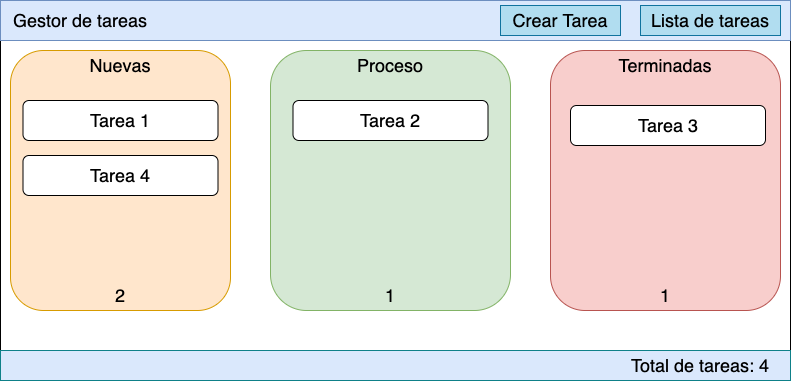
The draw.io diagram src/assets/basic-design.png in ErnestoLeon87/angular-study, before a commit. Source tidied: cells renumbered, new cells last; positions are measured from the earlier drawing's top-left corner, leaving out a move shared by most shapes. Its diagram source:
```xml
<mxGraphModel>
  <root>
    <mxCell id="0" />
    <mxCell id="1" parent="0" />
    <mxCell id="2" style="rounded=0;whiteSpace=wrap;html=1;fontSize=18;" parent="1" vertex="1">
      <mxGeometry width="790" height="380" as="geometry" />
    </mxCell>
    <mxCell id="3" style="rounded=0;whiteSpace=wrap;html=1;fillColor=#dae8fc;strokeColor=#6c8ebf;" parent="1" vertex="1">
      <mxGeometry width="790" height="40" as="geometry" />
    </mxCell>
    <mxCell id="4" value="&lt;font style=&quot;font-size: 18px&quot;&gt;Gestor de tareas&lt;/font&gt;" style="text;html=1;strokeColor=none;fillColor=none;align=center;verticalAlign=middle;whiteSpace=wrap;rounded=0;" parent="1" vertex="1">
      <mxGeometry x="10" y="5" width="140" height="30" as="geometry" />
    </mxCell>
    <mxCell id="5" style="rounded=1;whiteSpace=wrap;html=1;fontSize=18;fillColor=#ffe6cc;strokeColor=#d79b00;" parent="1" vertex="1">
      <mxGeometry x="10" y="50" width="220" height="260" as="geometry" />
    </mxCell>
    <mxCell id="6" style="rounded=1;whiteSpace=wrap;html=1;fontSize=18;fillColor=#d5e8d4;strokeColor=#82b366;" parent="1" vertex="1">
      <mxGeometry x="270" y="50" width="240" height="260" as="geometry" />
    </mxCell>
    <mxCell id="7" style="rounded=1;whiteSpace=wrap;html=1;fontSize=18;fillColor=#f8cecc;strokeColor=#b85450;" parent="1" vertex="1">
      <mxGeometry x="550" y="50" width="230" height="260" as="geometry" />
    </mxCell>
    <mxCell id="8" value="Nuevas" style="text;html=1;strokeColor=none;fillColor=none;align=center;verticalAlign=middle;whiteSpace=wrap;rounded=0;fontSize=18;" parent="1" vertex="1">
      <mxGeometry x="90" y="50" width="60" height="30" as="geometry" />
    </mxCell>
    <mxCell id="9" value="Proceso" style="text;html=1;strokeColor=none;fillColor=none;align=center;verticalAlign=middle;whiteSpace=wrap;rounded=0;fontSize=18;" parent="1" vertex="1">
      <mxGeometry x="360" y="50" width="60" height="30" as="geometry" />
    </mxCell>
    <mxCell id="10" value="Terminadas" style="text;html=1;strokeColor=none;fillColor=none;align=center;verticalAlign=middle;whiteSpace=wrap;rounded=0;fontSize=18;" parent="1" vertex="1">
      <mxGeometry x="635" y="50" width="60" height="30" as="geometry" />
    </mxCell>
    <mxCell id="11" style="rounded=1;whiteSpace=wrap;html=1;fontSize=18;" parent="1" vertex="1">
      <mxGeometry x="22.5" y="100" width="195" height="40" as="geometry" />
    </mxCell>
    <mxCell id="12" value="Tarea 1" style="text;html=1;strokeColor=none;fillColor=none;align=center;verticalAlign=middle;whiteSpace=wrap;rounded=0;fontSize=18;" parent="1" vertex="1">
      <mxGeometry x="85" y="105" width="70" height="30" as="geometry" />
    </mxCell>
    <mxCell id="13" style="rounded=1;whiteSpace=wrap;html=1;fontSize=18;" parent="1" vertex="1">
      <mxGeometry x="292.5" y="100" width="195" height="40" as="geometry" />
    </mxCell>
    <mxCell id="14" value="Tarea 2" style="text;html=1;strokeColor=none;fillColor=none;align=center;verticalAlign=middle;whiteSpace=wrap;rounded=0;fontSize=18;" parent="1" vertex="1">
      <mxGeometry x="355" y="105" width="70" height="30" as="geometry" />
    </mxCell>
    <mxCell id="15" style="rounded=1;whiteSpace=wrap;html=1;fontSize=18;" parent="1" vertex="1">
      <mxGeometry x="570" y="105" width="195" height="40" as="geometry" />
    </mxCell>
    <mxCell id="16" value="Tarea 3&lt;span style=&quot;color: rgba(0 , 0 , 0 , 0) ; font-family: monospace ; font-size: 0px&quot;&gt;%3CmxGraphModel%3E%3Croot%3E%3CmxCell%20id%3D%220%22%2F%3E%3CmxCell%20id%3D%221%22%20parent%3D%220%22%2F%3E%3CmxCell%20id%3D%222%22%20value%3D%22%22%20style%3D%22rounded%3D1%3BwhiteSpace%3Dwrap%3Bhtml%3D1%3BfontSize%3D18%3B%22%20vertex%3D%221%22%20parent%3D%221%22%3E%3CmxGeometry%20x%3D%2232.5%22%20y%3D%22110%22%20width%3D%22195%22%20height%3D%2240%22%20as%3D%22geometry%22%2F%3E%3C%2FmxCell%3E%3CmxCell%20id%3D%223%22%20value%3D%22Tarea%201%22%20style%3D%22text%3Bhtml%3D1%3BstrokeColor%3Dnone%3BfillColor%3Dnone%3Balign%3Dcenter%3BverticalAlign%3Dmiddle%3BwhiteSpace%3Dwrap%3Brounded%3D0%3BfontSize%3D18%3B%22%20vertex%3D%221%22%20parent%3D%221%22%3E%3CmxGeometry%20x%3D%2295%22%20y%3D%22115%22%20width%3D%2270%22%20height%3D%2230%22%20as%3D%22geometry%22%2F%3E%3C%2FmxCell%3E%3C%2Froot%3E%3C%2FmxGraphModel%3E&lt;/span&gt;" style="text;html=1;strokeColor=none;fillColor=none;align=center;verticalAlign=middle;whiteSpace=wrap;rounded=0;fontSize=18;" parent="1" vertex="1">
      <mxGeometry x="632.5" y="110" width="70" height="30" as="geometry" />
    </mxCell>
    <mxCell id="17" style="rounded=1;whiteSpace=wrap;html=1;fontSize=18;" parent="1" vertex="1">
      <mxGeometry x="22.5" y="155" width="195" height="40" as="geometry" />
    </mxCell>
    <mxCell id="18" value="Tarea 4" style="text;html=1;strokeColor=none;fillColor=none;align=center;verticalAlign=middle;whiteSpace=wrap;rounded=0;fontSize=18;" parent="1" vertex="1">
      <mxGeometry x="85" y="160" width="70" height="30" as="geometry" />
    </mxCell>
    <mxCell id="19" value="Crear Tarea" style="text;html=1;strokeColor=#10739e;fillColor=#b1ddf0;align=center;verticalAlign=middle;whiteSpace=wrap;rounded=0;fontSize=18;" parent="1" vertex="1">
      <mxGeometry x="500" y="5" width="120" height="30" as="geometry" />
    </mxCell>
    <mxCell id="20" value="Lista de tareas" style="text;html=1;strokeColor=#10739e;fillColor=#b1ddf0;align=center;verticalAlign=middle;whiteSpace=wrap;rounded=0;fontSize=18;" parent="1" vertex="1">
      <mxGeometry x="640" y="5" width="140" height="30" as="geometry" />
    </mxCell>
    <mxCell id="21" style="rounded=0;whiteSpace=wrap;html=1;fontSize=18;fillColor=#DAE8FC;strokeColor=#0e8088;" parent="1" vertex="1">
      <mxGeometry y="350" width="790" height="30" as="geometry" />
    </mxCell>
    <mxCell id="22" value="Total de tareas: 4" style="text;html=1;strokeColor=none;fillColor=none;align=center;verticalAlign=middle;whiteSpace=wrap;rounded=0;fontSize=18;" parent="1" vertex="1">
      <mxGeometry x="620" y="350" width="160" height="30" as="geometry" />
    </mxCell>
    <mxCell id="23" value="1" style="text;html=1;strokeColor=none;fillColor=none;align=center;verticalAlign=middle;whiteSpace=wrap;rounded=0;fontSize=18;" parent="1" vertex="1">
      <mxGeometry x="365" y="280" width="50" height="30" as="geometry" />
    </mxCell>
    <mxCell id="24" value="1" style="text;html=1;strokeColor=none;fillColor=none;align=center;verticalAlign=middle;whiteSpace=wrap;rounded=0;fontSize=18;" parent="1" vertex="1">
      <mxGeometry x="640" y="280" width="50" height="30" as="geometry" />
    </mxCell>
    <mxCell id="25" value="2" style="text;html=1;strokeColor=none;fillColor=none;align=center;verticalAlign=middle;whiteSpace=wrap;rounded=0;fontSize=18;" parent="1" vertex="1">
      <mxGeometry x="95" y="280" width="50" height="30" as="geometry" />
    </mxCell>
  </root>
</mxGraphModel>
```
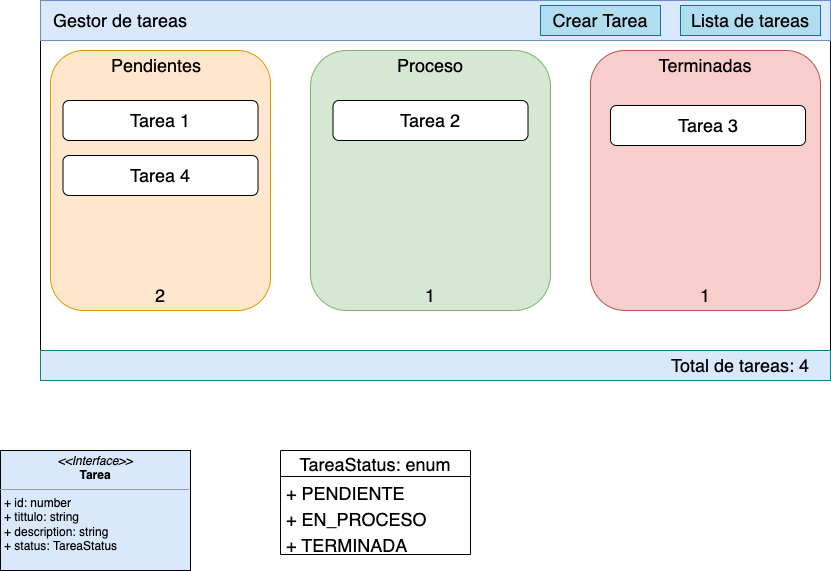
The same diagram one commit later.

What changed in the source:
```diff
@@ -20,8 +20,8 @@
     <mxCell id="7" style="rounded=1;whiteSpace=wrap;html=1;fontSize=18;fillColor=#f8cecc;strokeColor=#b85450;" parent="1" vertex="1">
       <mxGeometry x="550" y="50" width="230" height="260" as="geometry" />
     </mxCell>
-    <mxCell id="8" value="Nuevas" style="text;html=1;strokeColor=none;fillColor=none;align=center;verticalAlign=middle;whiteSpace=wrap;rounded=0;fontSize=18;" parent="1" vertex="1">
-      <mxGeometry x="90" y="50" width="60" height="30" as="geometry" />
+    <mxCell id="8" value="Pendientes" style="text;html=1;strokeColor=none;fillColor=none;align=center;verticalAlign=middle;whiteSpace=wrap;rounded=0;fontSize=18;" parent="1" vertex="1">
+      <mxGeometry x="76.2" y="50" width="80" height="30" as="geometry" />
     </mxCell>
     <mxCell id="9" value="Proceso" style="text;html=1;strokeColor=none;fillColor=none;align=center;verticalAlign=middle;whiteSpace=wrap;rounded=0;fontSize=18;" parent="1" vertex="1">
       <mxGeometry x="360" y="50" width="60" height="30" as="geometry" />
@@ -74,5 +74,20 @@
     <mxCell id="25" value="2" style="text;html=1;strokeColor=none;fillColor=none;align=center;verticalAlign=middle;whiteSpace=wrap;rounded=0;fontSize=18;" parent="1" vertex="1">
       <mxGeometry x="95" y="280" width="50" height="30" as="geometry" />
     </mxCell>
+    <mxCell id="26" value="&lt;p style=&quot;margin: 0px ; margin-top: 4px ; text-align: center&quot;&gt;&lt;i&gt;&amp;lt;&amp;lt;Interface&amp;gt;&amp;gt;&lt;/i&gt;&lt;br&gt;&lt;b&gt;Tarea&lt;/b&gt;&lt;/p&gt;&lt;hr size=&quot;1&quot;&gt;&lt;p style=&quot;margin: 0px ; margin-left: 4px&quot;&gt;+ id: number&lt;br&gt;+ tittulo: string&lt;/p&gt;&lt;p style=&quot;margin: 0px ; margin-left: 4px&quot;&gt;+ description: string&lt;/p&gt;&lt;p style=&quot;margin: 0px ; margin-left: 4px&quot;&gt;+ status: TareaStatus&lt;/p&gt;" style="verticalAlign=top;align=left;overflow=fill;fontSize=12;fontFamily=Helvetica;html=1;fillColor=#DAE8FC;" parent="1" vertex="1">
+      <mxGeometry x="-40" y="450" width="190" height="120" as="geometry" />
+    </mxCell>
+    <mxCell id="27" value="TareaStatus: enum" style="swimlane;fontStyle=0;horizontal=1;startSize=26;fillColor=none;fontSize=18;" parent="1" vertex="1">
+      <mxGeometry x="240" y="450" width="190" height="104" as="geometry" />
+    </mxCell>
+    <mxCell id="28" value="+ PENDIENTE" style="text;strokeColor=none;fillColor=none;align=left;verticalAlign=top;spacingLeft=4;spacingRight=4;overflow=hidden;fontSize=18;" parent="27" vertex="1">
+      <mxGeometry y="26" width="190" height="26" as="geometry" />
+    </mxCell>
+    <mxCell id="29" value="+ EN_PROCESO" style="text;strokeColor=none;fillColor=none;align=left;verticalAlign=top;spacingLeft=4;spacingRight=4;overflow=hidden;fontSize=18;" parent="27" vertex="1">
+      <mxGeometry y="52" width="190" height="26" as="geometry" />
+    </mxCell>
+    <mxCell id="30" value="+ TERMINADA" style="text;strokeColor=none;fillColor=none;align=left;verticalAlign=top;spacingLeft=4;spacingRight=4;overflow=hidden;fontSize=18;" parent="27" vertex="1">
+      <mxGeometry y="78" width="190" height="26" as="geometry" />
+    </mxCell>
   </root>
 </mxGraphModel>
```
